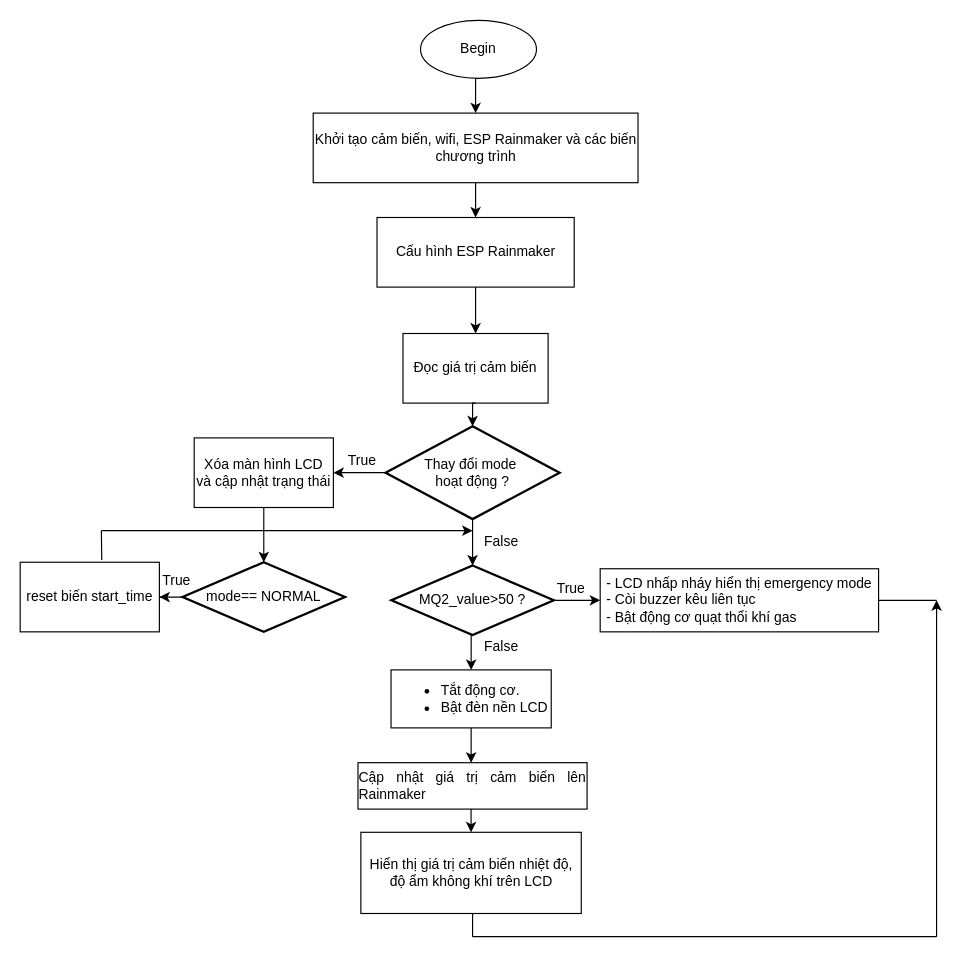
106210049/Smart-home keeps this draw.io diagram as page "home" (1 of 3) of home.drawio. Above is the earlier version. Source tidied: cells renumbered, new cells numbered last; positions are measured from the earlier drawing's top-left corner, leaving out a move shared by most shapes. Both pictures are drawn from the tidied source at 116%, with x=0, y=0 at pixel (20, 20).
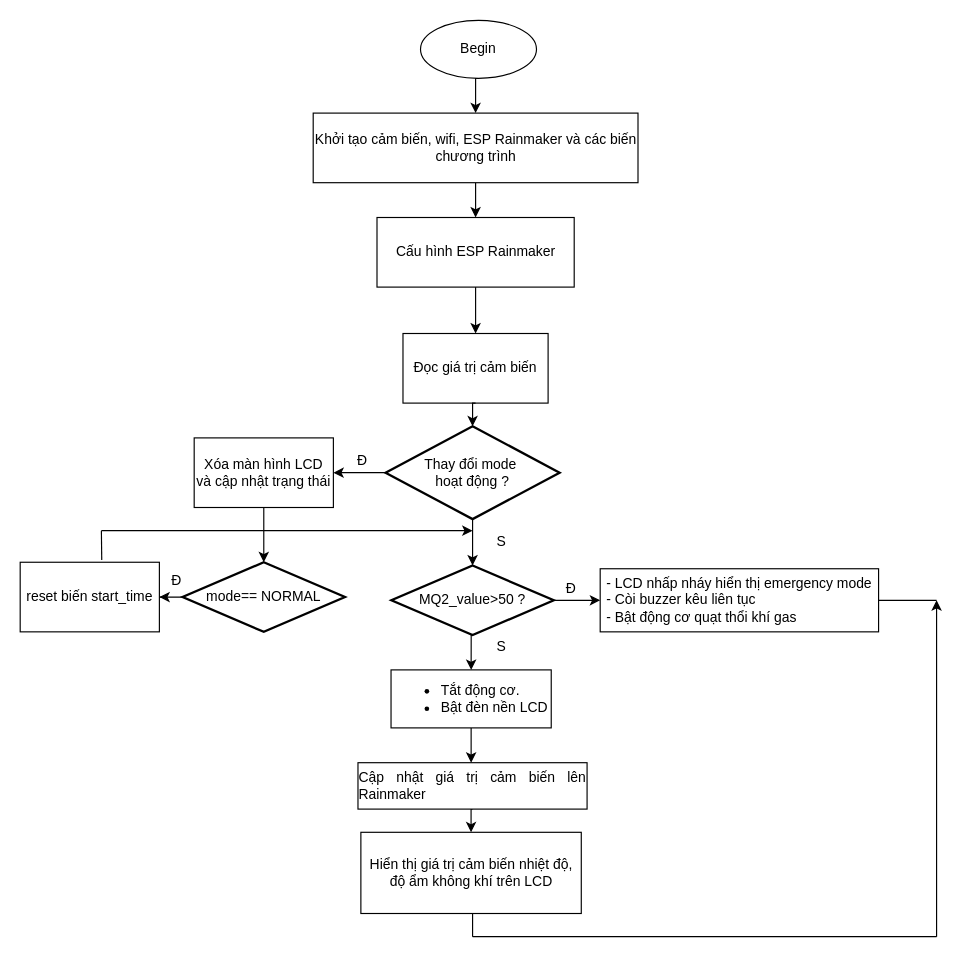
Above is the later version.

What changed in the source:
```diff
@@
-    <mxCell id="15" value="True" style="text;strokeColor=none;align=center;fillColor=none;html=1;verticalAlign=middle;whiteSpace=wrap;rounded=0;" parent="1" vertex="1">
+    <mxCell id="15" value="Đ" style="text;strokeColor=none;align=center;fillColor=none;html=1;verticalAlign=middle;whiteSpace=wrap;rounded=0;" parent="1" vertex="1">
       <mxGeometry x="269.9" y="370" width="50" height="20" as="geometry" />
     </mxCell>
-    <mxCell id="16" value="True" style="text;strokeColor=none;align=center;fillColor=none;html=1;verticalAlign=middle;whiteSpace=wrap;rounded=0;" parent="1" vertex="1">
+    <mxCell id="16" value="Đ" style="text;strokeColor=none;align=center;fillColor=none;html=1;verticalAlign=middle;whiteSpace=wrap;rounded=0;" parent="1" vertex="1">
       <mxGeometry x="109.9" y="472.8" width="50" height="20" as="geometry" />
     </mxCell>
@@
-    <mxCell id="22" value="True" style="text;strokeColor=none;align=center;fillColor=none;html=1;verticalAlign=middle;whiteSpace=wrap;rounded=0;" parent="1" vertex="1">
+    <mxCell id="22" value="Đ" style="text;strokeColor=none;align=center;fillColor=none;html=1;verticalAlign=middle;whiteSpace=wrap;rounded=0;" parent="1" vertex="1">
       <mxGeometry x="449.9" y="480" width="50" height="20" as="geometry" />
     </mxCell>
-    <mxCell id="23" value="False" style="text;strokeColor=none;align=center;fillColor=none;html=1;verticalAlign=middle;whiteSpace=wrap;rounded=0;" parent="1" vertex="1">
+    <mxCell id="23" value="S" style="text;strokeColor=none;align=center;fillColor=none;html=1;verticalAlign=middle;whiteSpace=wrap;rounded=0;" parent="1" vertex="1">
       <mxGeometry x="389.9" y="440" width="50" height="20" as="geometry" />
     </mxCell>
@@
-    <mxCell id="25" value="False" style="text;strokeColor=none;align=center;fillColor=none;html=1;verticalAlign=middle;whiteSpace=wrap;rounded=0;" parent="1" vertex="1">
+    <mxCell id="25" value="S" style="text;strokeColor=none;align=center;fillColor=none;html=1;verticalAlign=middle;whiteSpace=wrap;rounded=0;" parent="1" vertex="1">
       <mxGeometry x="389.9" y="530" width="50" height="20" as="geometry" />
     </mxCell>
```
